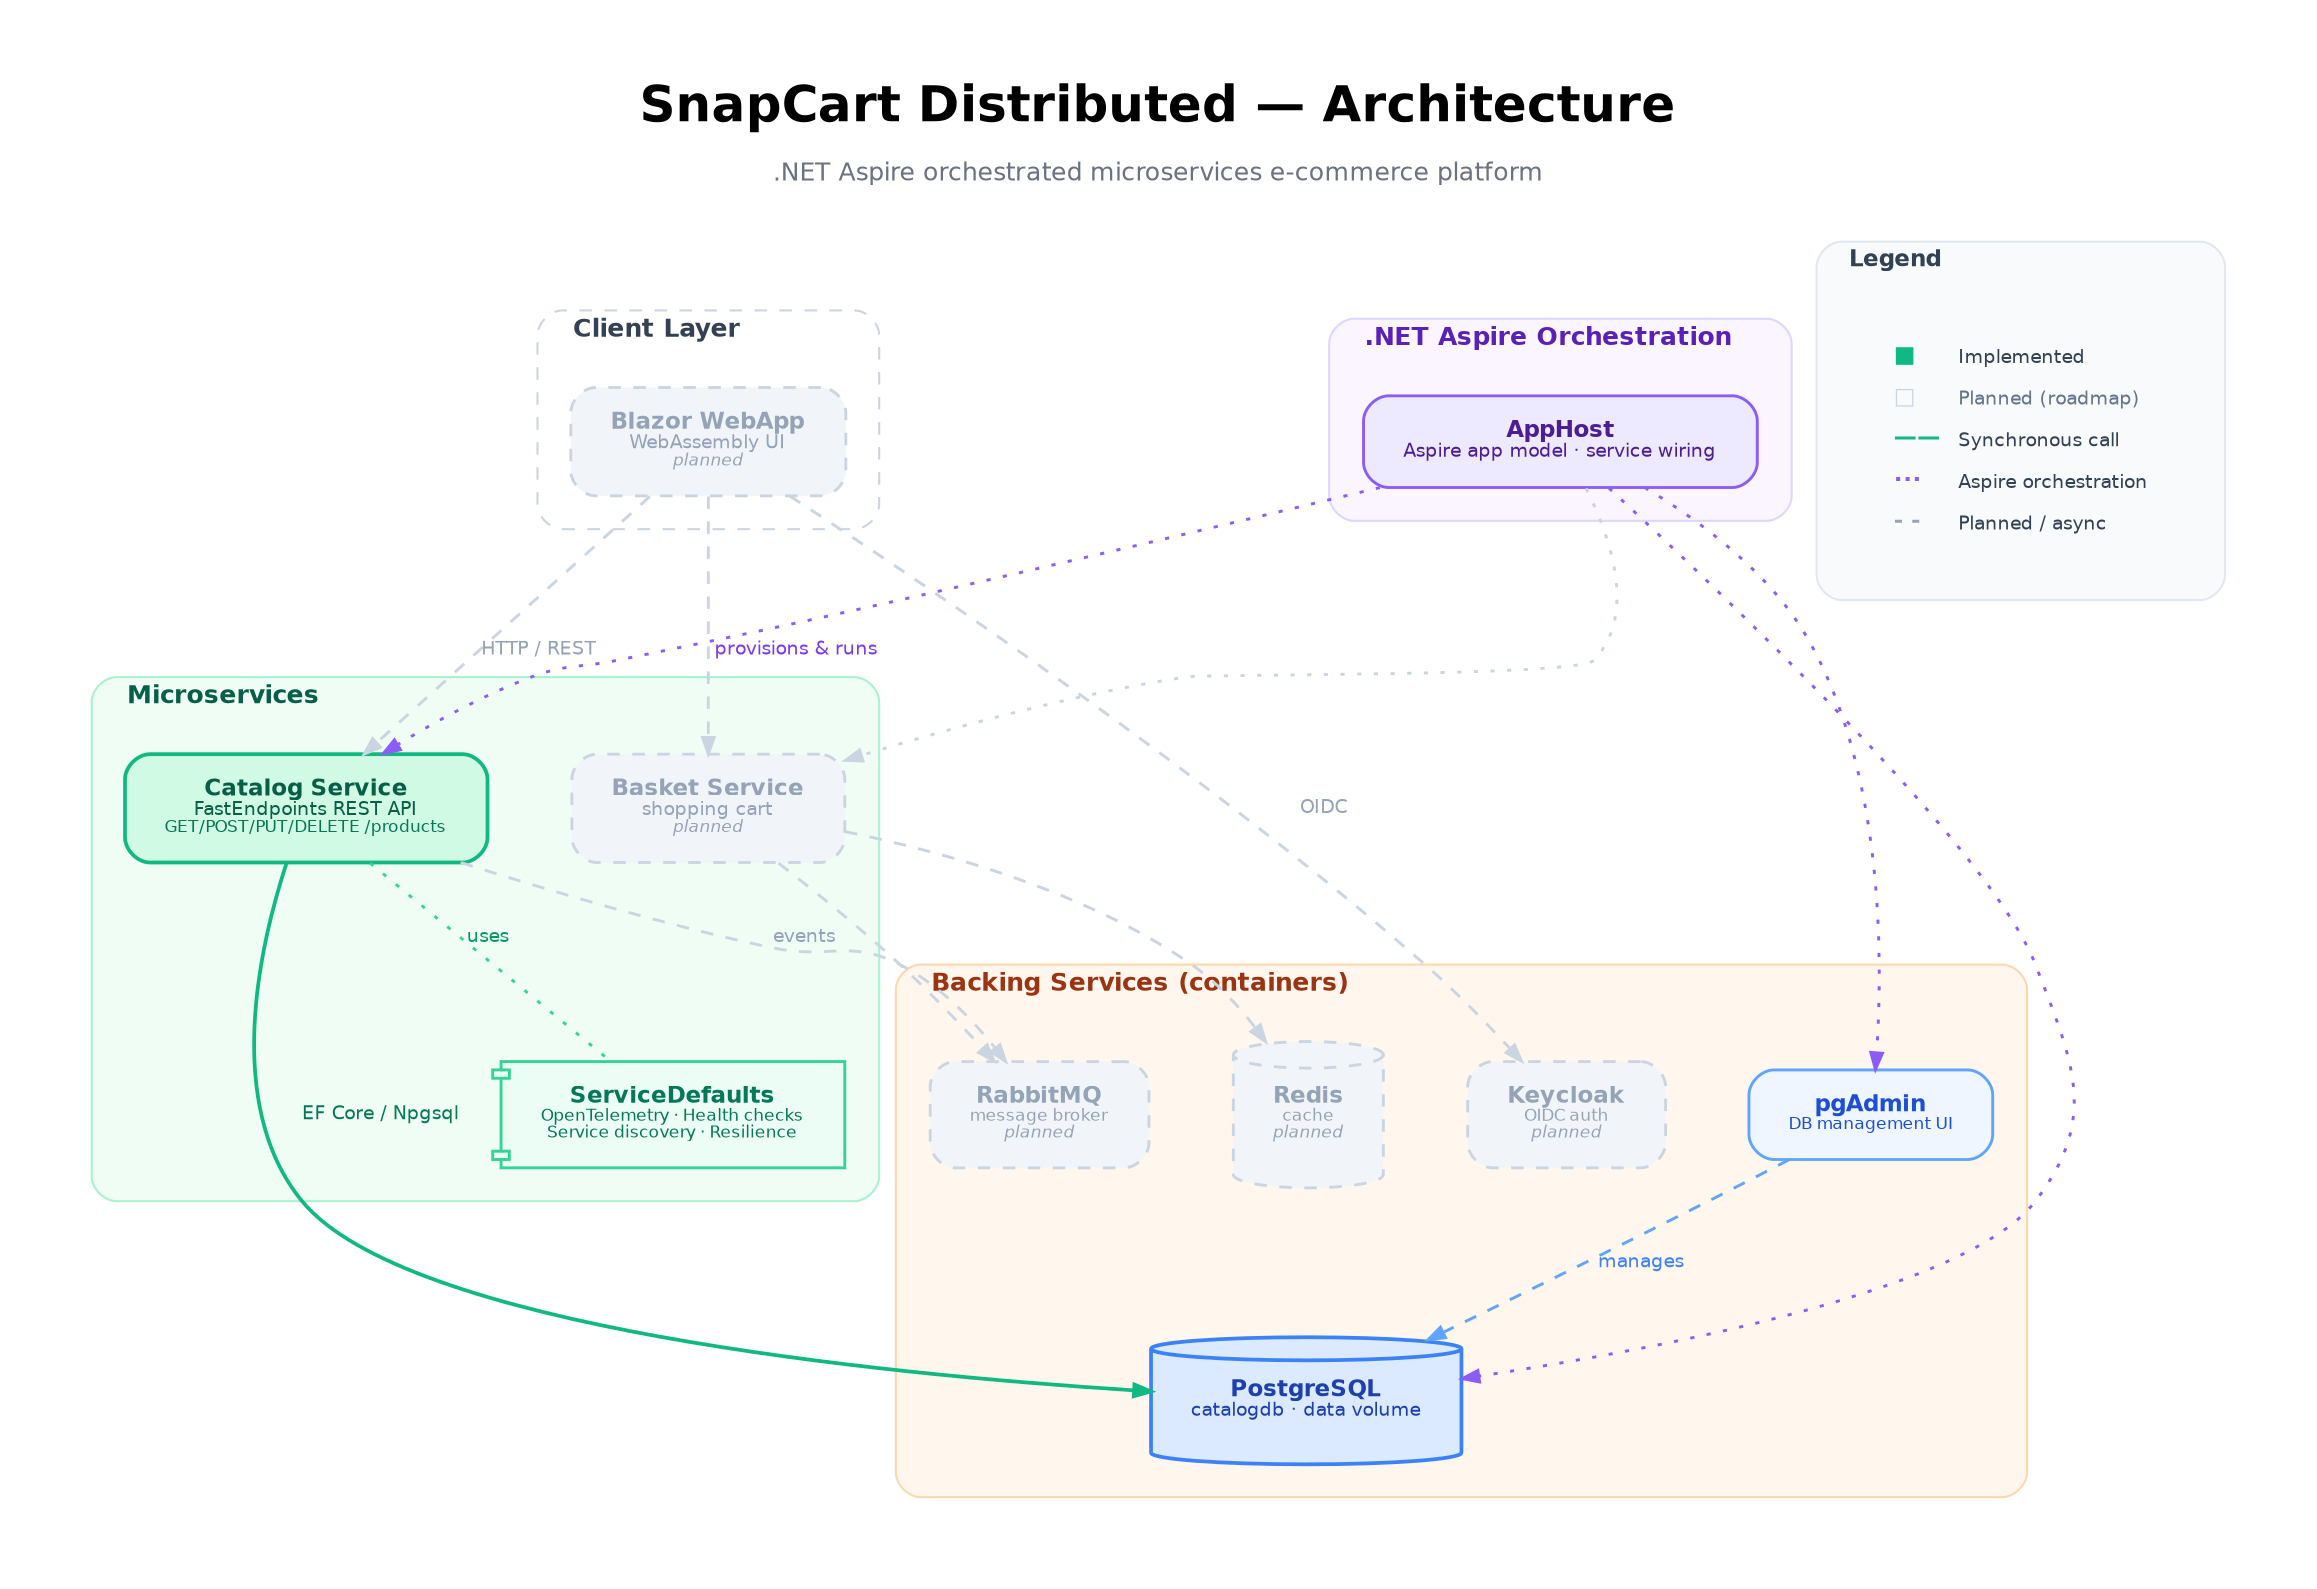
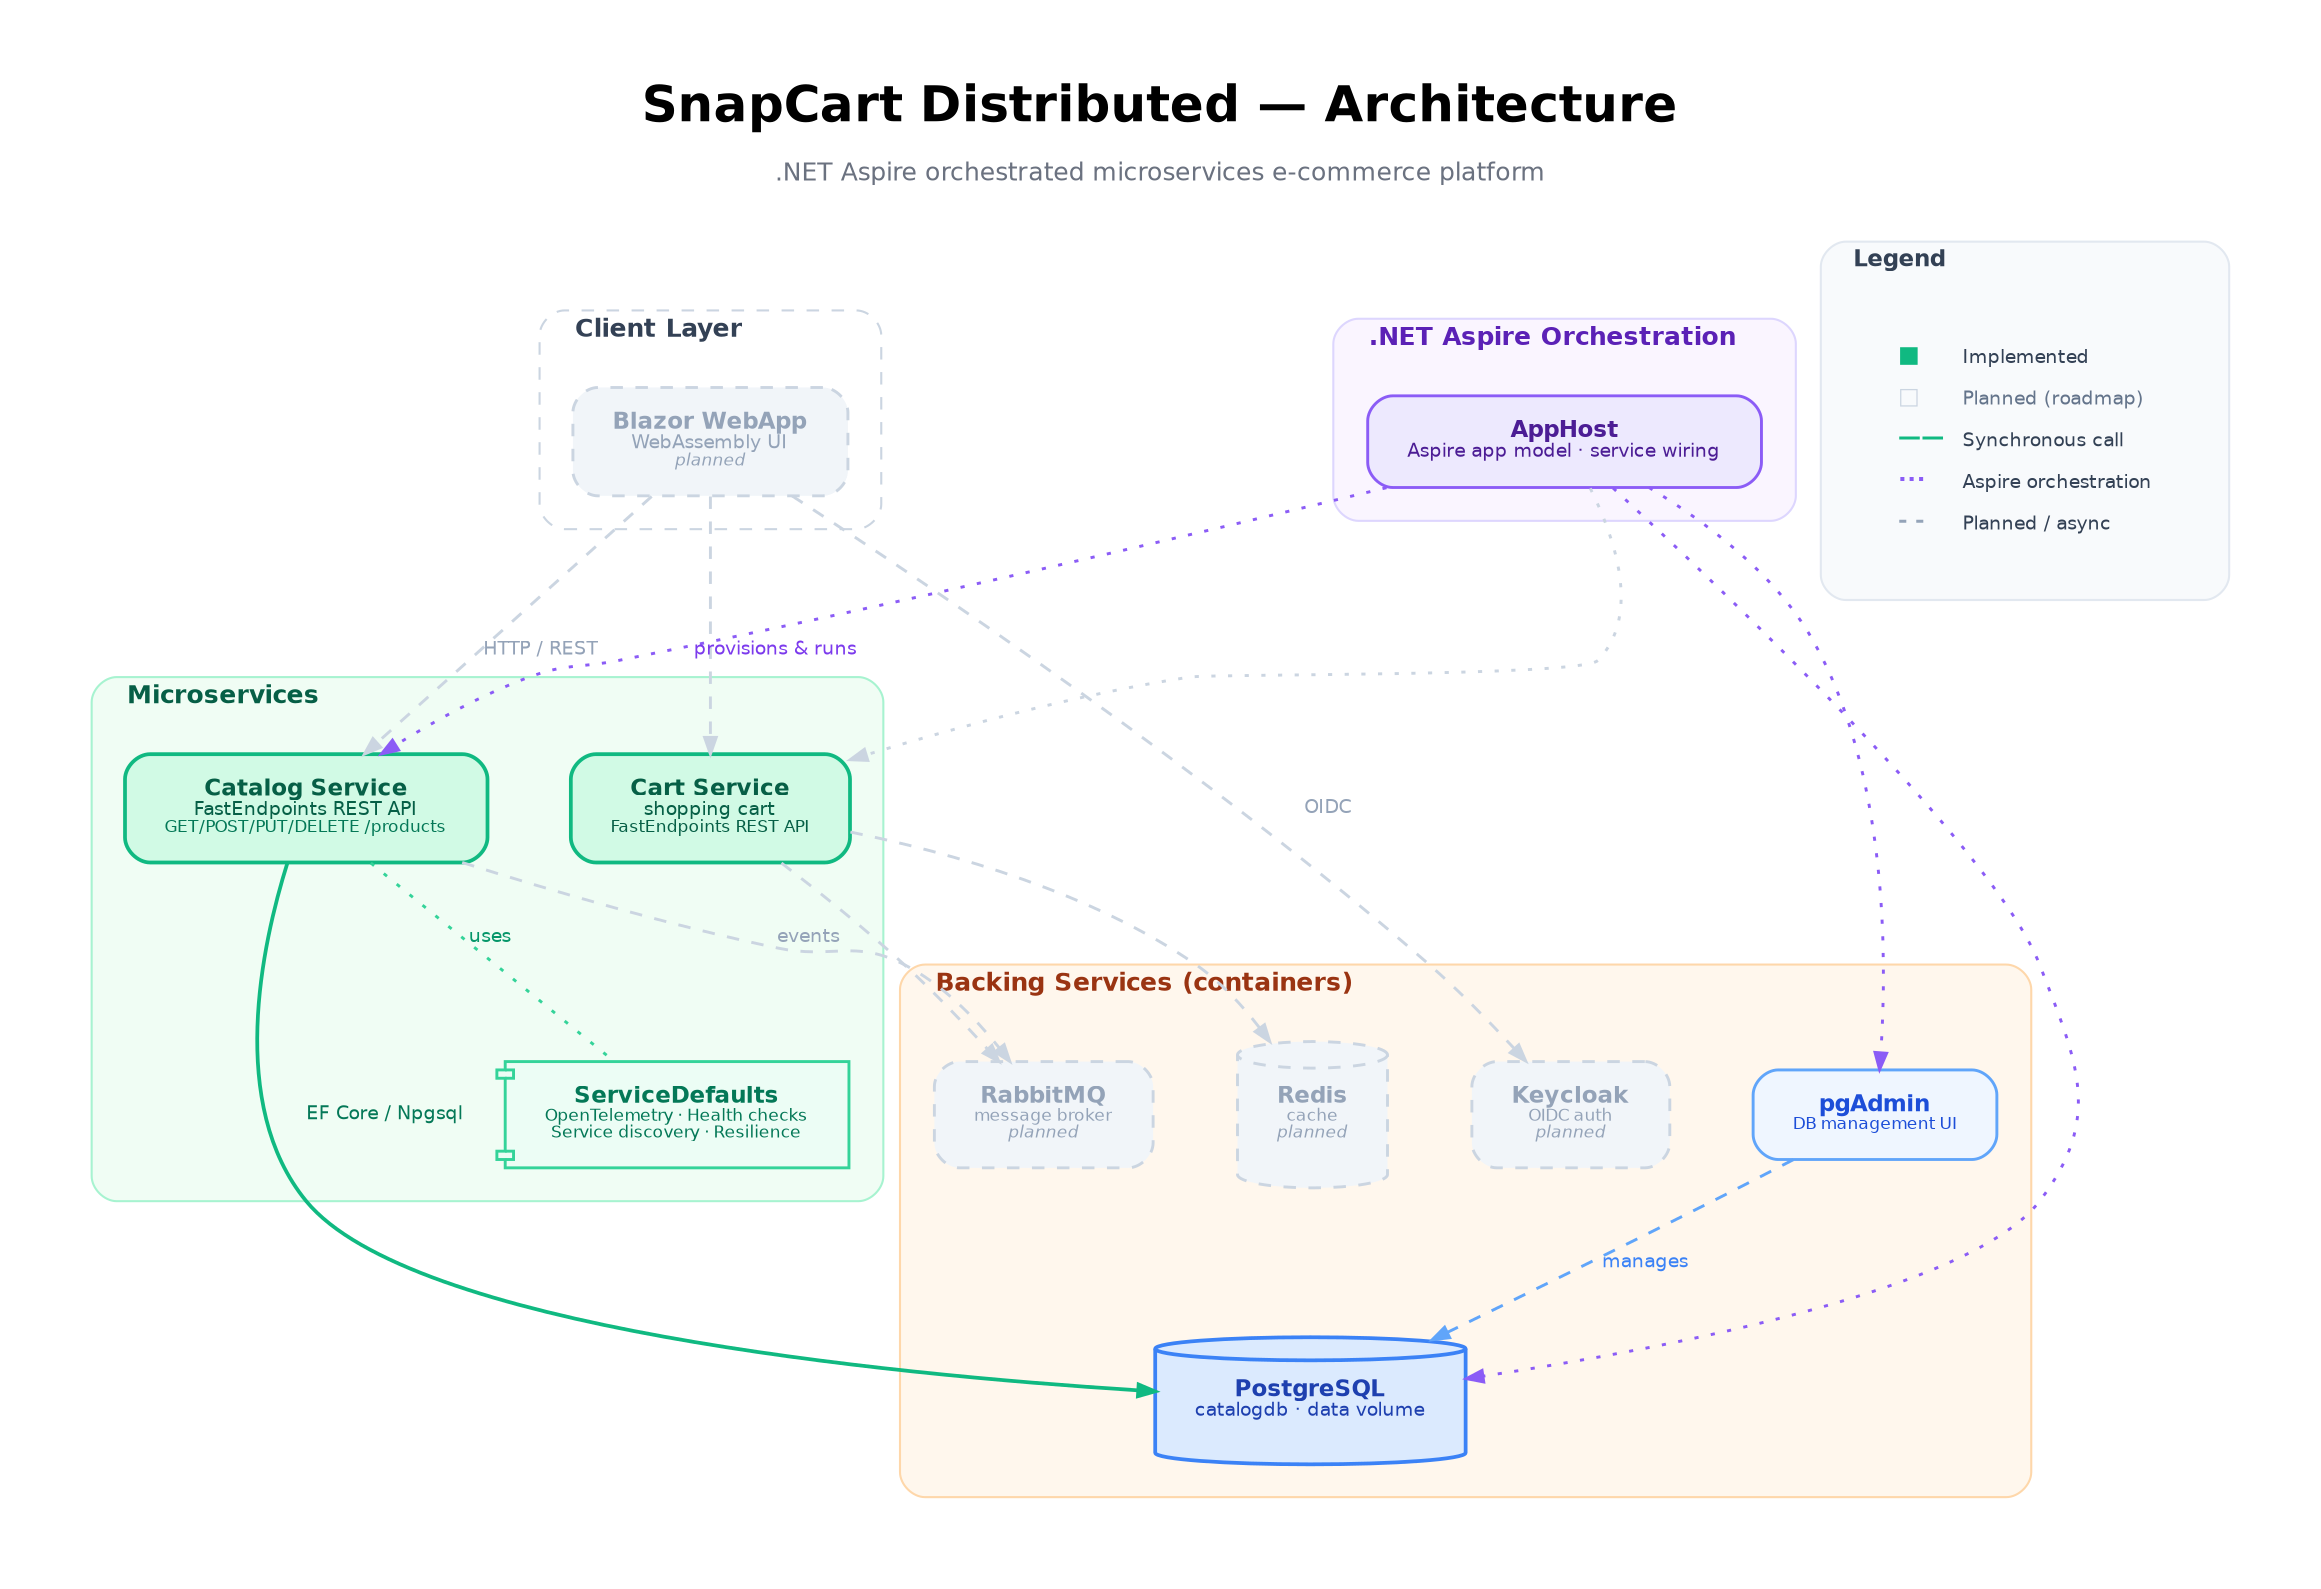
digraph SnapCartArchitecture {
    rankdir=TB;
    bgcolor="transparent";
    pad=0.5;
    nodesep=0.55;
    ranksep=0.85;
    splines=spline;
    fontname="Helvetica";
    labelloc="t";
    label=<<FONT POINT-SIZE="24" FACE="Helvetica"><B>SnapCart Distributed &#8212; Architecture</B></FONT><BR/><BR/><FONT POINT-SIZE="12" COLOR="#6B7280">.NET Aspire orchestrated microservices e-commerce platform</FONT><BR/> >;

    node [shape=box, style="rounded,filled", fontname="Helvetica", fontsize=11,
          penwidth=1.4, margin="0.26,0.16", color="#94A3B8"];
    edge [fontname="Helvetica", fontsize=9, color="#94A3B8", fontcolor="#64748B",
          penwidth=1.4, arrowsize=0.8];

    /* ============================ CLIENT LAYER ============================ */
    subgraph cluster_client {
        label=<<FONT POINT-SIZE="12" COLOR="#334155"><B>  Client Layer  </B></FONT>>;
        labeljust="l";
        style="rounded,dashed";
        color="#CBD5E1";
        fontname="Helvetica";
        margin=16;

        webapp [label=<<B>Blazor WebApp</B><BR/><FONT POINT-SIZE="9">WebAssembly UI</FONT><BR/><FONT POINT-SIZE="8"><I>planned</I></FONT>>,
                fillcolor="#F1F5F9", fontcolor="#94A3B8", color="#CBD5E1", style="rounded,filled,dashed"];
    }

    /* ========================= ORCHESTRATION LAYER ======================== */
    subgraph cluster_orchestration {
        label=<<FONT POINT-SIZE="12" COLOR="#5B21B6"><B>  .NET Aspire Orchestration  </B></FONT>>;
        labeljust="l";
        style="rounded,filled";
        color="#DDD6FE";
        fillcolor="#FAF5FF";
        margin=16;

        apphost [label=<<B>AppHost</B><BR/><FONT POINT-SIZE="9">Aspire app model &#183; service wiring</FONT>>,
                 fillcolor="#EDE9FE", fontcolor="#4C1D95", color="#8B5CF6"];
    }

    /* ========================== MICROSERVICES ============================= */
    subgraph cluster_services {
        label=<<FONT POINT-SIZE="12" COLOR="#065F46"><B>  Microservices  </B></FONT>>;
        labeljust="l";
        style="rounded,filled";
        color="#A7F3D0";
        fillcolor="#F0FDF4";
        margin=16;

        catalog [label=<<B>Catalog Service</B><BR/><FONT POINT-SIZE="9">FastEndpoints REST API</FONT><BR/><FONT POINT-SIZE="8" COLOR="#047857">GET/POST/PUT/DELETE /products</FONT>>,
                 fillcolor="#D1FAE5", fontcolor="#065F46", color="#10B981", penwidth=1.8];

-         basket [label=<<B>Basket Service</B><BR/><FONT POINT-SIZE="9">shopping cart</FONT><BR/><FONT POINT-SIZE="8"><I>planned</I></FONT>>,
-                 fillcolor="#F1F5F9", fontcolor="#94A3B8", color="#CBD5E1", style="rounded,filled,dashed"];
+         basket [label=<<B>Cart Service</B><BR/><FONT POINT-SIZE="9">shopping cart</FONT><BR/><FONT POINT-SIZE="8">FastEndpoints REST API</FONT>>,
+                 fillcolor="#D1FAE5", fontcolor="#065F46", color="#10B981", penwidth=1.8];

        servicedefaults [label=<<B>ServiceDefaults</B><BR/><FONT POINT-SIZE="8">OpenTelemetry &#183; Health checks<BR/>Service discovery &#183; Resilience</FONT>>,
                 shape=component, fillcolor="#ECFDF5", fontcolor="#047857", color="#34D399"];
    }

    /* ===================== BACKING SERVICES (Docker) ====================== */
    subgraph cluster_data {
        label=<<FONT POINT-SIZE="12" COLOR="#9A3412"><B>  Backing Services (containers)  </B></FONT>>;
        labeljust="l";
        style="rounded,filled";
        color="#FED7AA";
        fillcolor="#FFF7ED";
        margin=16;

        postgres [label=<<B>PostgreSQL</B><BR/><FONT POINT-SIZE="9">catalogdb &#183; data volume</FONT>>,
                  shape=cylinder, style=filled, fillcolor="#DBEAFE", fontcolor="#1E40AF", color="#3B82F6", penwidth=1.8];

        pgadmin [label=<<B>pgAdmin</B><BR/><FONT POINT-SIZE="8">DB management UI</FONT>>,
                 fillcolor="#EFF6FF", fontcolor="#1D4ED8", color="#60A5FA"];

        redis [label=<<B>Redis</B><BR/><FONT POINT-SIZE="8">cache<BR/><I>planned</I></FONT>>,
               shape=cylinder, style="filled,dashed", fillcolor="#F1F5F9", fontcolor="#94A3B8", color="#CBD5E1"];

        rabbitmq [label=<<B>RabbitMQ</B><BR/><FONT POINT-SIZE="8">message broker<BR/><I>planned</I></FONT>>,
                  style="rounded,filled,dashed", fillcolor="#F1F5F9", fontcolor="#94A3B8", color="#CBD5E1"];

        keycloak [label=<<B>Keycloak</B><BR/><FONT POINT-SIZE="8">OIDC auth<BR/><I>planned</I></FONT>>,
                  style="rounded,filled,dashed", fillcolor="#F1F5F9", fontcolor="#94A3B8", color="#CBD5E1"];
    }

    /* ============================== EDGES ================================= */

    /* Implemented runtime flow (solid, coloured) */
    webapp   -> catalog  [label="HTTP / REST", style=dashed, color="#CBD5E1", fontcolor="#94A3B8"];
    catalog  -> postgres [label="EF Core / Npgsql", color="#10B981", fontcolor="#047857", penwidth=1.8];
    pgadmin  -> postgres [label="manages", color="#60A5FA", fontcolor="#3B82F6", style=dashed];

    /* Shared config (build-time reference) */
    catalog  -> servicedefaults [label="uses", style=dotted, color="#34D399", fontcolor="#059669", arrowhead=none];

    /* Aspire orchestration (dotted, does not affect ranking) */
    apphost  -> catalog  [label="provisions & runs", style=dotted, color="#8B5CF6", fontcolor="#7C3AED", constraint=false];
    apphost  -> postgres [style=dotted, color="#8B5CF6", constraint=false];
    apphost  -> pgadmin  [style=dotted, color="#8B5CF6", constraint=false];

    /* Planned flow (faded) */
    webapp   -> basket   [style=dashed, color="#CBD5E1", fontcolor="#94A3B8"];
    basket   -> redis    [style=dashed, color="#CBD5E1"];
    apphost  -> basket   [style=dotted, color="#CBD5E1", constraint=false];
    catalog  -> rabbitmq [label="events", style=dashed, color="#CBD5E1", fontcolor="#94A3B8"];
    basket   -> rabbitmq [style=dashed, color="#CBD5E1"];
    webapp   -> keycloak [label="OIDC", style=dashed, color="#CBD5E1", fontcolor="#94A3B8"];

    /* ============================== LEGEND ================================ */
    subgraph cluster_legend {
        label=<<FONT POINT-SIZE="11" COLOR="#334155"><B>  Legend  </B></FONT>>;
        labeljust="l";
        style="rounded,filled";
        color="#E2E8F0";
        fillcolor="#F8FAFC";
        margin=12;

        legend [shape=plaintext, style="", fillcolor="none", label=<
            <TABLE BORDER="0" CELLBORDER="0" CELLSPACING="4" CELLPADDING="2">
              <TR><TD ALIGN="LEFT"><FONT COLOR="#10B981"><B>&#9632;</B></FONT></TD><TD ALIGN="LEFT"><FONT POINT-SIZE="9" COLOR="#334155">Implemented</FONT></TD></TR>
              <TR><TD ALIGN="LEFT"><FONT COLOR="#CBD5E1"><B>&#9633;</B></FONT></TD><TD ALIGN="LEFT"><FONT POINT-SIZE="9" COLOR="#64748B">Planned (roadmap)</FONT></TD></TR>
              <TR><TD ALIGN="LEFT"><FONT COLOR="#10B981"><B>&#8212;&#8212;</B></FONT></TD><TD ALIGN="LEFT"><FONT POINT-SIZE="9" COLOR="#334155">Synchronous call</FONT></TD></TR>
              <TR><TD ALIGN="LEFT"><FONT COLOR="#8B5CF6"><B>&#183;&#183;&#183;</B></FONT></TD><TD ALIGN="LEFT"><FONT POINT-SIZE="9" COLOR="#334155">Aspire orchestration</FONT></TD></TR>
              <TR><TD ALIGN="LEFT"><FONT COLOR="#94A3B8"><B>- -</B></FONT></TD><TD ALIGN="LEFT"><FONT POINT-SIZE="9" COLOR="#334155">Planned / async</FONT></TD></TR>
            </TABLE>
        >];
    }
}
